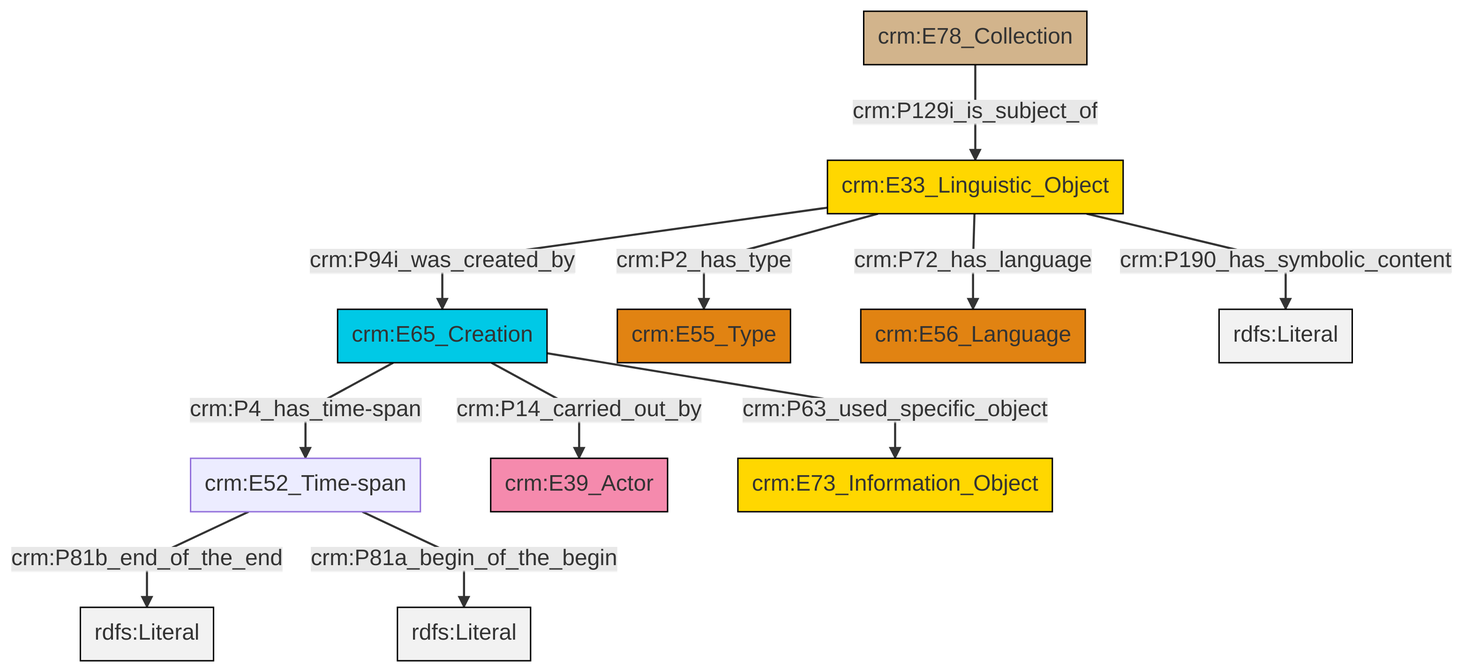
swiss-art-research-net/docs.swissartresearch keeps this Mermaid diagram as et/archivalCSV/ttl/mmd/png/archival_desc.png. Above is the earlier version. Its source is kept beside it as et/archivalCSV/ttl/mmd/archival_desc.ttl.mmd.
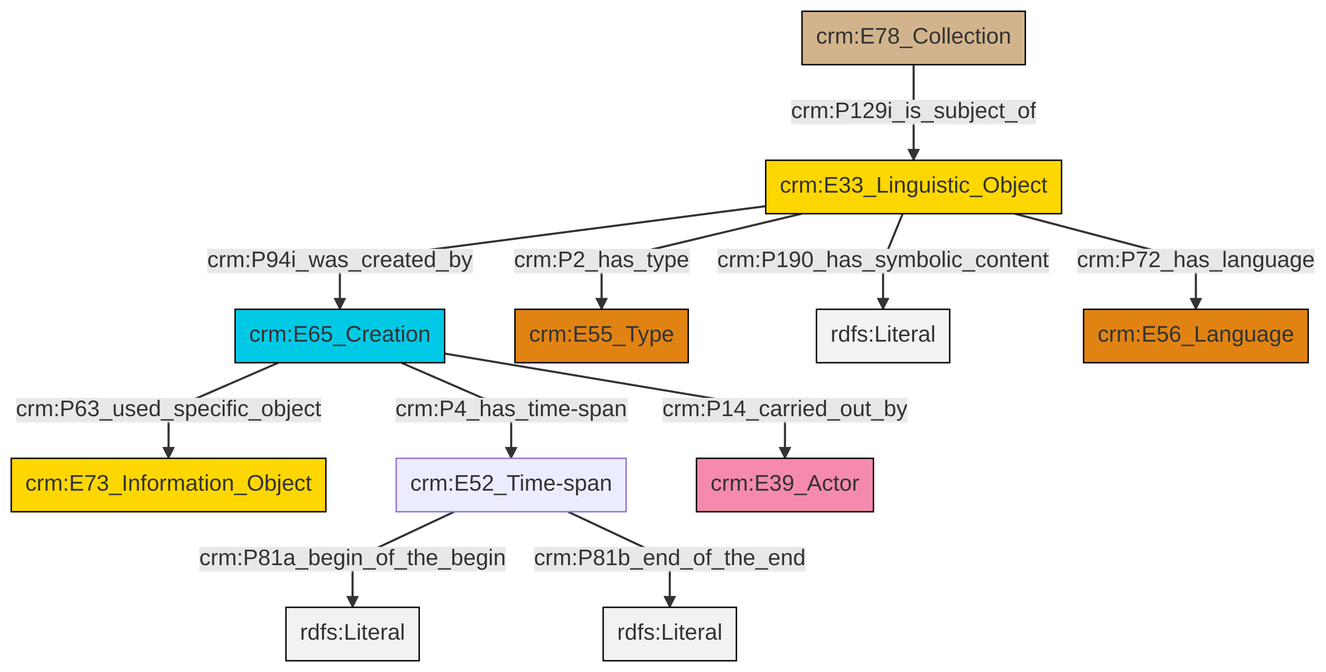
The same file after the commit.

What changed in the source:
```diff
@@ -13,13 +13,13 @@
 classDef PC_Classes fill:#4ce600, stroke:#000000;
 classDef Multi fill:#cccccc,stroke:#000000;
 
-0["crm:E52_Time-span"]:::Default -->|crm:P81b_end_of_the_end| 1[rdfs:Literal]:::Literal
-2["crm:E65_Creation"]:::Temporal_Entity -->|crm:P14_carried_out_by| 3["crm:E39_Actor"]:::Actor
-4["crm:E33_Linguistic_Object"]:::Conceptual_Object -->|crm:P2_has_type| 5["crm:E55_Type"]:::Type
-4["crm:E33_Linguistic_Object"]:::Conceptual_Object -->|crm:P72_has_language| 6["crm:E56_Language"]:::Type
-4["crm:E33_Linguistic_Object"]:::Conceptual_Object -->|crm:P94i_was_created_by| 2["crm:E65_Creation"]:::Temporal_Entity
-4["crm:E33_Linguistic_Object"]:::Conceptual_Object -->|crm:P190_has_symbolic_content| 11[rdfs:Literal]:::Literal
-12["crm:E78_Collection"]:::Physical_Thing -->|crm:P129i_is_subject_of| 4["crm:E33_Linguistic_Object"]:::Conceptual_Object
-2["crm:E65_Creation"]:::Temporal_Entity -->|crm:P63_used_specific_object| 7["crm:E73_Information_Object"]:::Conceptual_Object
-2["crm:E65_Creation"]:::Temporal_Entity -->|crm:P4_has_time-span| 0["crm:E52_Time-span"]:::Default
-0["crm:E52_Time-span"]:::Default -->|crm:P81a_begin_of_the_begin| 18[rdfs:Literal]:::Literal
+4["crm:E33_Linguistic_Object"]:::Conceptual_Object -->|crm:P94i_was_created_by| 5["crm:E65_Creation"]:::Temporal_Entity
+6["crm:E78_Collection"]:::Physical_Thing -->|crm:P129i_is_subject_of| 4["crm:E33_Linguistic_Object"]:::Conceptual_Object
+4["crm:E33_Linguistic_Object"]:::Conceptual_Object -->|crm:P2_has_type| 11["crm:E55_Type"]:::Type
+5["crm:E65_Creation"]:::Temporal_Entity -->|crm:P4_has_time-span| 2["crm:E52_Time-span"]:::Default
+5["crm:E65_Creation"]:::Temporal_Entity -->|crm:P63_used_specific_object| 0["crm:E73_Information_Object"]:::Conceptual_Object
+4["crm:E33_Linguistic_Object"]:::Conceptual_Object -->|crm:P190_has_symbolic_content| 14[rdfs:Literal]:::Literal
+5["crm:E65_Creation"]:::Temporal_Entity -->|crm:P14_carried_out_by| 8["crm:E39_Actor"]:::Actor
+2["crm:E52_Time-span"]:::Default -->|crm:P81a_begin_of_the_begin| 15[rdfs:Literal]:::Literal
+4["crm:E33_Linguistic_Object"]:::Conceptual_Object -->|crm:P72_has_language| 16["crm:E56_Language"]:::Type
+2["crm:E52_Time-span"]:::Default -->|crm:P81b_end_of_the_end| 18[rdfs:Literal]:::Literal
```
